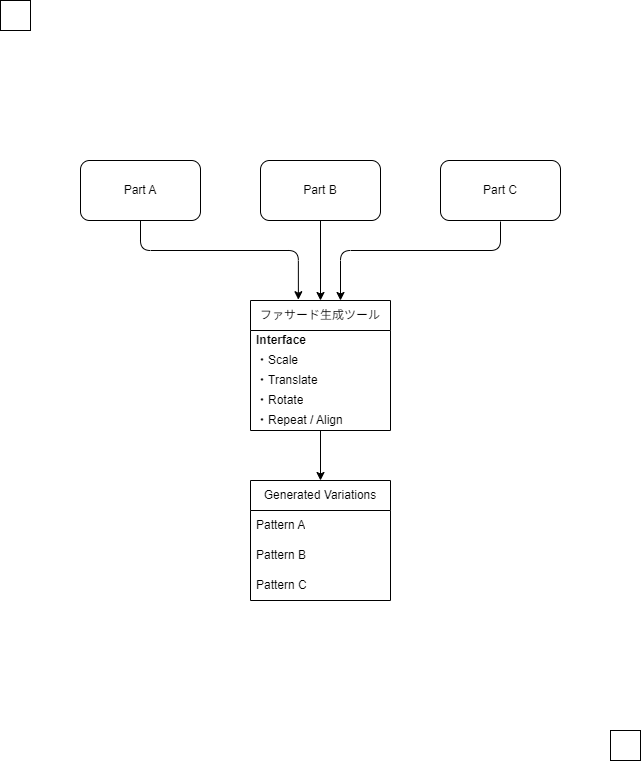
Above: PF/Drawio/FacadeGenerator_UML.png in uminchegject/ToDo (draw.io), before the change. Source tidied: cells renumbered, new cells last; positions are measured from the earlier drawing's top-left corner, leaving out a move shared by most shapes. Its diagram source:
```xml
<mxGraphModel>
  <root>
    <mxCell id="0" />
    <mxCell id="1" parent="0" />
    <mxCell id="2" style="edgeStyle=none;html=1;" parent="1" edge="1" target="4">
      <mxGeometry relative="1" as="geometry">
        <mxPoint x="320" y="220" as="sourcePoint" />
      </mxGeometry>
    </mxCell>
    <mxCell id="3" style="edgeStyle=none;html=1;" parent="1" edge="1" source="4" target="10">
      <mxGeometry relative="1" as="geometry" />
    </mxCell>
    <mxCell id="4" value="ファサード生成ツール" style="swimlane;fontStyle=0;horizontal=1;startSize=30;whiteSpace=wrap;html=1;" parent="1" vertex="1">
      <mxGeometry x="250" y="300" width="140" height="130" as="geometry" />
    </mxCell>
    <mxCell id="5" value="&lt;b&gt;Interface&lt;/b&gt;" style="text;strokeColor=none;fillColor=none;align=left;verticalAlign=middle;spacingLeft=4;spacingRight=4;overflow=hidden;whiteSpace=wrap;html=1;" parent="4" vertex="1">
      <mxGeometry y="30" width="140" height="20" as="geometry" />
    </mxCell>
    <mxCell id="6" value="・Scale" style="text;strokeColor=none;fillColor=none;align=left;verticalAlign=middle;spacingLeft=4;spacingRight=4;overflow=hidden;whiteSpace=wrap;html=1;" parent="4" vertex="1">
      <mxGeometry y="50" width="140" height="20" as="geometry" />
    </mxCell>
    <mxCell id="7" value="&lt;span style=&quot;color: rgb(0, 0, 0);&quot;&gt;・&lt;/span&gt;Translate" style="text;strokeColor=none;fillColor=none;align=left;verticalAlign=middle;spacingLeft=4;spacingRight=4;overflow=hidden;whiteSpace=wrap;html=1;" parent="4" vertex="1">
      <mxGeometry y="70" width="140" height="20" as="geometry" />
    </mxCell>
    <mxCell id="8" value="&lt;span style=&quot;color: rgb(0, 0, 0);&quot;&gt;・&lt;/span&gt;Rotate" style="text;strokeColor=none;fillColor=none;align=left;verticalAlign=middle;spacingLeft=4;spacingRight=4;overflow=hidden;whiteSpace=wrap;html=1;" parent="4" vertex="1">
      <mxGeometry y="90" width="140" height="20" as="geometry" />
    </mxCell>
    <mxCell id="9" value="&lt;span style=&quot;color: rgb(0, 0, 0);&quot;&gt;・&lt;/span&gt;Repeat / Align" style="text;strokeColor=none;fillColor=none;align=left;verticalAlign=middle;spacingLeft=4;spacingRight=4;overflow=hidden;whiteSpace=wrap;html=1;" parent="4" vertex="1">
      <mxGeometry y="110" width="140" height="20" as="geometry" />
    </mxCell>
    <mxCell id="10" value="Generated Variations" style="swimlane;fontStyle=0;horizontal=1;startSize=30;whiteSpace=wrap;html=1;" parent="1" vertex="1">
      <mxGeometry x="250" y="480" width="140" height="120" as="geometry" />
    </mxCell>
    <mxCell id="11" value="Pattern A" style="text;strokeColor=none;fillColor=none;align=left;verticalAlign=middle;spacingLeft=4;spacingRight=4;overflow=hidden;whiteSpace=wrap;html=1;" parent="10" vertex="1">
      <mxGeometry y="30" width="140" height="30" as="geometry" />
    </mxCell>
    <mxCell id="12" value="Pattern B" style="text;strokeColor=none;fillColor=none;align=left;verticalAlign=middle;spacingLeft=4;spacingRight=4;overflow=hidden;whiteSpace=wrap;html=1;" parent="10" vertex="1">
      <mxGeometry y="60" width="140" height="30" as="geometry" />
    </mxCell>
    <mxCell id="13" value="&lt;span style=&quot;color: rgb(0, 0, 0);&quot;&gt;Pattern C&lt;/span&gt;" style="text;strokeColor=none;fillColor=none;align=left;verticalAlign=middle;spacingLeft=4;spacingRight=4;overflow=hidden;whiteSpace=wrap;html=1;" parent="10" vertex="1">
      <mxGeometry y="90" width="140" height="30" as="geometry" />
    </mxCell>
    <mxCell id="14" style="edgeStyle=orthogonalEdgeStyle;html=1;entryX=0.342;entryY=-0.006;entryDx=0;entryDy=0;entryPerimeter=0;" parent="1" edge="1" target="4">
      <mxGeometry relative="1" as="geometry">
        <mxPoint x="140" y="220" as="sourcePoint" />
        <Array as="points">
          <mxPoint x="140" y="250" />
          <mxPoint x="298" y="250" />
        </Array>
      </mxGeometry>
    </mxCell>
    <mxCell id="15" style="edgeStyle=orthogonalEdgeStyle;html=1;" parent="1" edge="1">
      <mxGeometry relative="1" as="geometry">
        <mxPoint x="500" y="221" as="sourcePoint" />
        <mxPoint x="340" y="300" as="targetPoint" />
        <Array as="points">
          <mxPoint x="500" y="250" />
          <mxPoint x="340" y="250" />
          <mxPoint x="340" y="300" />
        </Array>
      </mxGeometry>
    </mxCell>
    <mxCell id="16" value="Part A" style="rounded=1;whiteSpace=wrap;html=1;" parent="1" vertex="1">
      <mxGeometry x="80" y="160" width="120" height="60" as="geometry" />
    </mxCell>
    <mxCell id="17" value="&lt;span style=&quot;color: rgb(0, 0, 0);&quot;&gt;Part B&lt;/span&gt;" style="rounded=1;whiteSpace=wrap;html=1;" parent="1" vertex="1">
      <mxGeometry x="260" y="160" width="120" height="60" as="geometry" />
    </mxCell>
    <mxCell id="18" value="&lt;span style=&quot;color: rgb(0, 0, 0);&quot;&gt;Part C&lt;/span&gt;" style="rounded=1;whiteSpace=wrap;html=1;" parent="1" vertex="1">
      <mxGeometry x="440" y="160" width="120" height="60" as="geometry" />
    </mxCell>
    <mxCell id="19" style="rounded=0;whiteSpace=wrap;html=1;strokeColor=default;fillColor=default;" parent="1" vertex="1">
      <mxGeometry width="30" height="30" as="geometry" />
    </mxCell>
    <mxCell id="20" style="rounded=0;whiteSpace=wrap;html=1;strokeColor=default;fillColor=default;" parent="1" vertex="1">
      <mxGeometry x="610" y="730" width="30" height="30" as="geometry" />
    </mxCell>
  </root>
</mxGraphModel>
```
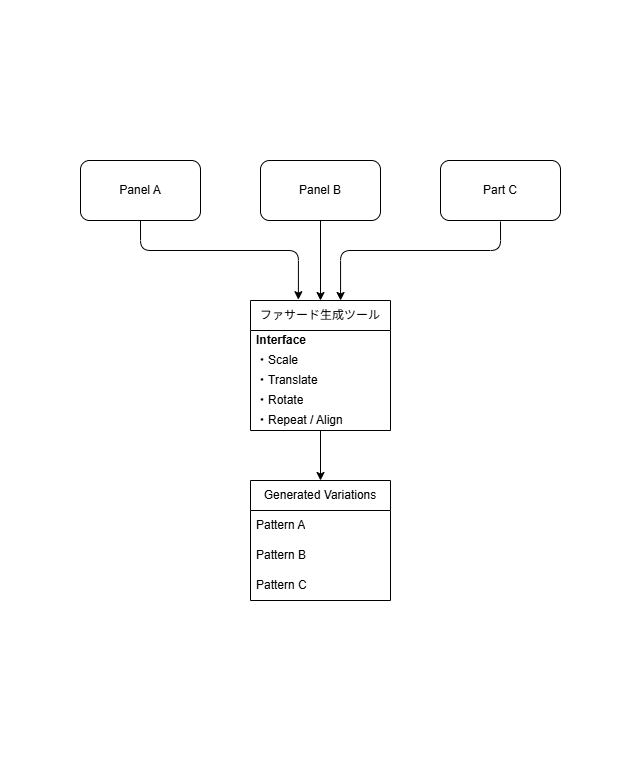
After the commit.

The edit, as a diff of the source:
```diff
@@ -60,19 +60,19 @@
         </Array>
       </mxGeometry>
     </mxCell>
-    <mxCell id="16" value="Part A" style="rounded=1;whiteSpace=wrap;html=1;" parent="1" vertex="1">
+    <mxCell id="16" value="Panel A" style="rounded=1;whiteSpace=wrap;html=1;" parent="1" vertex="1">
       <mxGeometry x="80" y="160" width="120" height="60" as="geometry" />
     </mxCell>
-    <mxCell id="17" value="&lt;span style=&quot;color: rgb(0, 0, 0);&quot;&gt;Part B&lt;/span&gt;" style="rounded=1;whiteSpace=wrap;html=1;" parent="1" vertex="1">
+    <mxCell id="17" value="&lt;span style=&quot;color: rgb(0, 0, 0);&quot;&gt;Panel B&lt;/span&gt;" style="rounded=1;whiteSpace=wrap;html=1;" parent="1" vertex="1">
       <mxGeometry x="260" y="160" width="120" height="60" as="geometry" />
     </mxCell>
     <mxCell id="18" value="&lt;span style=&quot;color: rgb(0, 0, 0);&quot;&gt;Part C&lt;/span&gt;" style="rounded=1;whiteSpace=wrap;html=1;" parent="1" vertex="1">
       <mxGeometry x="440" y="160" width="120" height="60" as="geometry" />
     </mxCell>
-    <mxCell id="19" style="rounded=0;whiteSpace=wrap;html=1;strokeColor=default;fillColor=default;" parent="1" vertex="1">
+    <mxCell id="19" style="rounded=0;whiteSpace=wrap;html=1;strokeColor=none;fillColor=none;" parent="1" vertex="1">
       <mxGeometry width="30" height="30" as="geometry" />
     </mxCell>
-    <mxCell id="20" style="rounded=0;whiteSpace=wrap;html=1;strokeColor=default;fillColor=default;" parent="1" vertex="1">
+    <mxCell id="20" style="rounded=0;whiteSpace=wrap;html=1;strokeColor=none;fillColor=none;" parent="1" vertex="1">
       <mxGeometry x="610" y="730" width="30" height="30" as="geometry" />
     </mxCell>
   </root>
```
